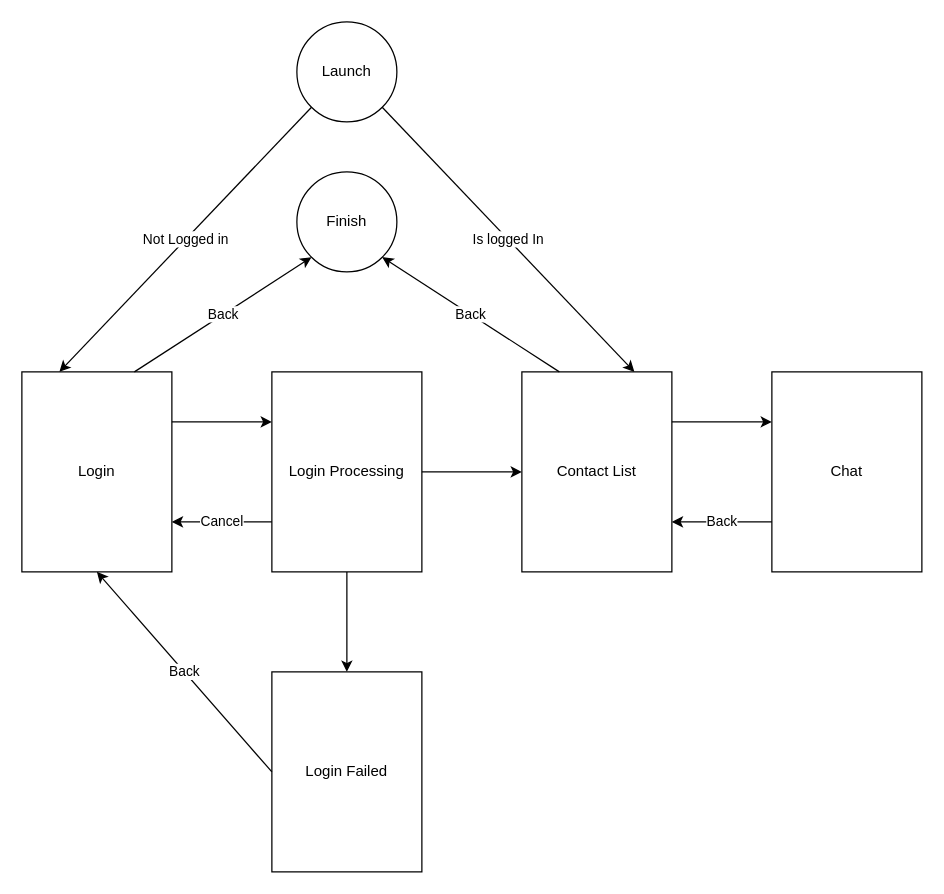
Before: example-router-app/assets/demo.drawio in jiangyang5157/kotlin-android, a draw.io diagram. Source tidied: cells renumbered, new cells numbered last; positions are measured from the earlier drawing's top-left corner, leaving out a move shared by most shapes. Both pictures are drawn from the tidied source at 125%, with x=0, y=0 at pixel (21, 21).
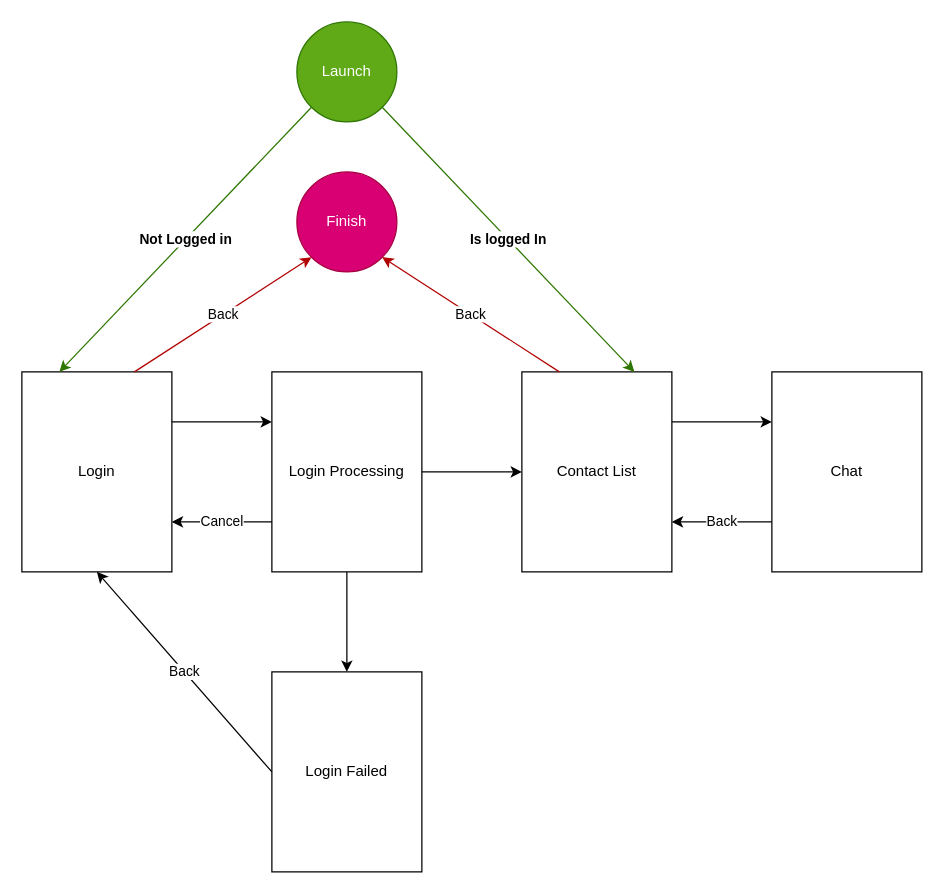
The same page after the edit.

The edit, as a diff of the source:
```diff
@@
 <mxGraphModel>
   <root>
     <mxCell id="0" />
     <mxCell id="1" parent="0" />
     <mxCell id="2" value="Login" style="rounded=0;whiteSpace=wrap;html=1;" parent="1" vertex="1">
       <mxGeometry y="280" width="120" height="160" as="geometry" />
     </mxCell>
     <mxCell id="3" value="Contact List" style="rounded=0;whiteSpace=wrap;html=1;" parent="1" vertex="1">
       <mxGeometry x="400" y="280" width="120" height="160" as="geometry" />
     </mxCell>
     <mxCell id="4" value="Chat" style="rounded=0;whiteSpace=wrap;html=1;" parent="1" vertex="1">
       <mxGeometry x="600" y="280" width="120" height="160" as="geometry" />
     </mxCell>
     <mxCell id="5" value="Login Processing" style="rounded=0;whiteSpace=wrap;html=1;" parent="1" vertex="1">
       <mxGeometry x="200" y="280" width="120" height="160" as="geometry" />
     </mxCell>
     <mxCell id="6" value="Login Failed" style="rounded=0;whiteSpace=wrap;html=1;" parent="1" vertex="1">
       <mxGeometry x="200" y="520" width="120" height="160" as="geometry" />
     </mxCell>
-    <mxCell id="7" value="Launch" style="ellipse;whiteSpace=wrap;html=1;" parent="1" vertex="1">
+    <mxCell id="7" value="Launch" style="ellipse;whiteSpace=wrap;html=1;fillColor=#60a917;strokeColor=#2D7600;fontColor=#ffffff;" parent="1" vertex="1">
       <mxGeometry x="220" width="80" height="80" as="geometry" />
     </mxCell>
     <mxCell id="8" style="endArrow=classic;html=1;exitX=1;exitY=0.5;exitDx=0;exitDy=0;entryX=0;entryY=0.5;entryDx=0;entryDy=0;" parent="1" edge="1" source="5" target="3">
       <mxGeometry relative="1" as="geometry" />
     </mxCell>
     <mxCell id="9" style="endArrow=classic;html=1;exitX=0.5;exitY=1;exitDx=0;exitDy=0;entryX=0.5;entryY=0;entryDx=0;entryDy=0;" parent="1" edge="1" source="5" target="6">
       <mxGeometry relative="1" as="geometry" />
     </mxCell>
     <mxCell id="10" value="Back" style="endArrow=classic;html=1;exitX=0;exitY=0.5;exitDx=0;exitDy=0;entryX=0.5;entryY=1;entryDx=0;entryDy=0;" parent="1" edge="1" source="6" target="2">
       <mxGeometry relative="1" as="geometry" />
     </mxCell>
     <mxCell id="11" style="endArrow=classic;html=1;exitX=1;exitY=0.25;exitDx=0;exitDy=0;entryX=0;entryY=0.25;entryDx=0;entryDy=0;" parent="1" edge="1" source="2" target="5">
       <mxGeometry relative="1" as="geometry" />
     </mxCell>
     <mxCell id="12" value="Cancel" style="endArrow=classic;html=1;exitX=0;exitY=0.75;exitDx=0;exitDy=0;entryX=1;entryY=0.75;entryDx=0;entryDy=0;" parent="1" edge="1" source="5" target="2">
       <mxGeometry relative="1" as="geometry" />
     </mxCell>
     <mxCell id="13" style="endArrow=classic;html=1;exitX=1;exitY=0.25;exitDx=0;exitDy=0;entryX=0;entryY=0.25;entryDx=0;entryDy=0;" parent="1" edge="1" source="3" target="4">
       <mxGeometry relative="1" as="geometry" />
     </mxCell>
     <mxCell id="14" value="Back" style="endArrow=classic;html=1;exitX=0;exitY=0.75;exitDx=0;exitDy=0;entryX=1;entryY=0.75;entryDx=0;entryDy=0;" parent="1" edge="1" source="4" target="3">
       <mxGeometry relative="1" as="geometry" />
     </mxCell>
-    <mxCell id="15" value="Finish" style="ellipse;whiteSpace=wrap;html=1;" parent="1" vertex="1">
+    <mxCell id="15" value="Finish" style="ellipse;whiteSpace=wrap;html=1;fillColor=#d80073;strokeColor=#A50040;fontColor=#ffffff;" parent="1" vertex="1">
       <mxGeometry x="220" y="120" width="80" height="80" as="geometry" />
     </mxCell>
-    <mxCell id="16" value="Back" style="endArrow=classic;html=1;exitX=0.25;exitY=0;exitDx=0;exitDy=0;entryX=1;entryY=1;entryDx=0;entryDy=0;" parent="1" edge="1" source="3" target="15">
+    <mxCell id="16" value="Back" style="endArrow=classic;html=1;exitX=0.25;exitY=0;exitDx=0;exitDy=0;entryX=1;entryY=1;entryDx=0;entryDy=0;fillColor=#e51400;strokeColor=#B20000;" parent="1" edge="1" source="3" target="15">
       <mxGeometry relative="1" as="geometry" />
     </mxCell>
-    <mxCell id="17" value="Back" style="endArrow=classic;html=1;exitX=0.75;exitY=0;exitDx=0;exitDy=0;entryX=0;entryY=1;entryDx=0;entryDy=0;" parent="1" edge="1" source="2" target="15">
+    <mxCell id="17" value="Back" style="endArrow=classic;html=1;exitX=0.75;exitY=0;exitDx=0;exitDy=0;entryX=0;entryY=1;entryDx=0;entryDy=0;fillColor=#e51400;strokeColor=#B20000;" parent="1" edge="1" source="2" target="15">
       <mxGeometry relative="1" as="geometry" />
     </mxCell>
-    <mxCell id="18" value="Not Logged in" style="endArrow=classic;html=1;exitX=0;exitY=1;exitDx=0;exitDy=0;entryX=0.25;entryY=0;entryDx=0;entryDy=0;" parent="1" edge="1" source="7" target="2">
+    <mxCell id="18" value="Not Logged in" style="endArrow=classic;html=1;exitX=0;exitY=1;exitDx=0;exitDy=0;entryX=0.25;entryY=0;entryDx=0;entryDy=0;fillColor=#60a917;strokeColor=#2D7600;fontStyle=1;" parent="1" edge="1" source="7" target="2">
       <mxGeometry relative="1" as="geometry" />
     </mxCell>
-    <mxCell id="19" value="Is logged In" style="endArrow=classic;html=1;exitX=1;exitY=1;exitDx=0;exitDy=0;entryX=0.75;entryY=0;entryDx=0;entryDy=0;" parent="1" edge="1" source="7" target="3">
+    <mxCell id="19" value="Is logged In" style="endArrow=classic;html=1;exitX=1;exitY=1;exitDx=0;exitDy=0;entryX=0.75;entryY=0;entryDx=0;entryDy=0;fillColor=#60a917;strokeColor=#2D7600;fontStyle=1;" parent="1" edge="1" source="7" target="3">
       <mxGeometry relative="1" as="geometry" />
     </mxCell>
   </root>
 </mxGraphModel>
```
